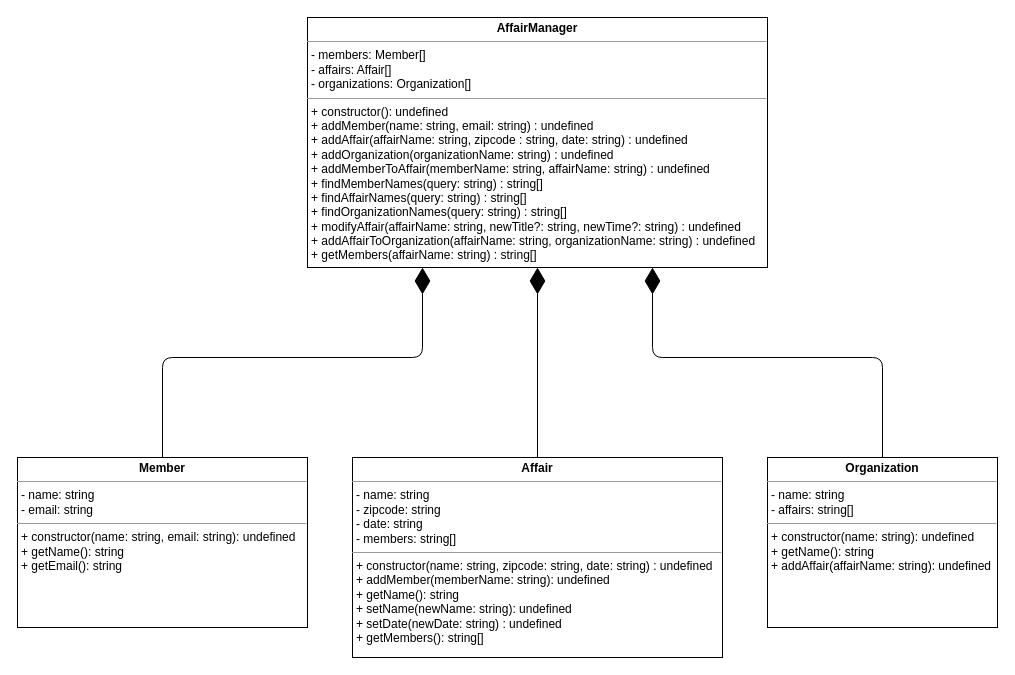
Above: uml/uml-class.drawio in apsu-software-design/the-affair-manager-brainst0rming (draw.io), before the change. Source tidied: cells renumbered, new cells numbered last; positions are measured from the earlier drawing's top-left corner, leaving out a move shared by most shapes. Both pictures are drawn from the tidied source at 100%, with x=0, y=0 at pixel (17, 17).
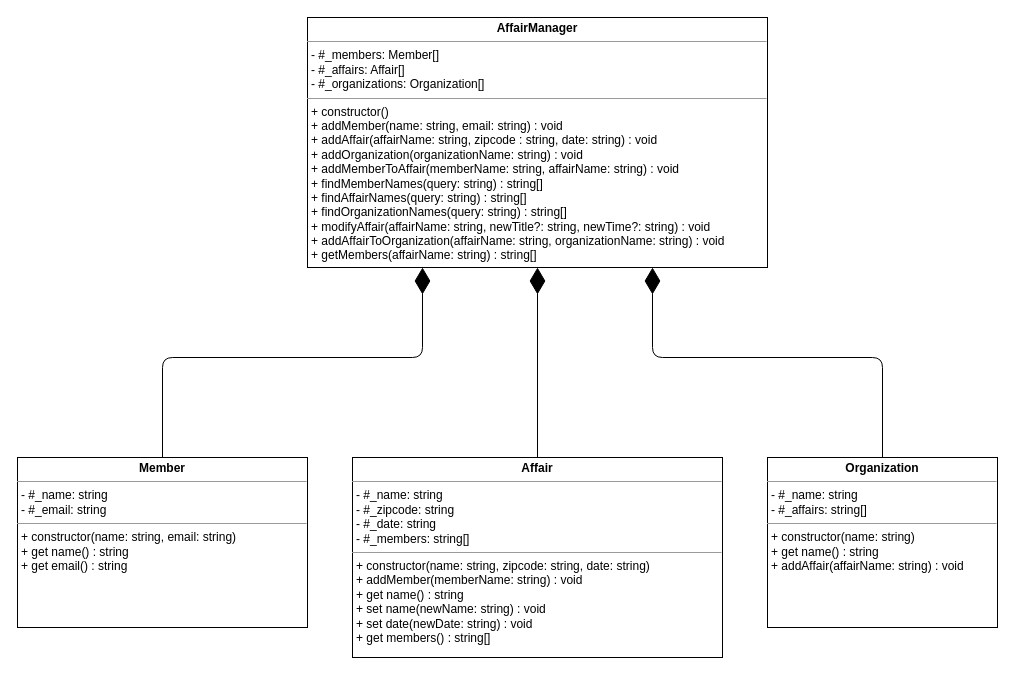
The same page after the edit.

Commit message (it also covers changes not shown here):
Final UML Class diagrams

What changed in the source:
```diff
@@
 <mxGraphModel>
   <root>
     <mxCell id="0" />
     <mxCell id="1" parent="0" />
-    <mxCell id="2" value="&lt;p style=&quot;margin: 0px ; margin-top: 4px ; text-align: center&quot;&gt;&lt;b&gt;AffairManager&lt;/b&gt;&lt;/p&gt;&lt;hr size=&quot;1&quot;&gt;&lt;p style=&quot;margin: 0px ; margin-left: 4px&quot;&gt;- members: Member[]&lt;/p&gt;&lt;p style=&quot;margin: 0px ; margin-left: 4px&quot;&gt;- affairs: Affair[]&lt;/p&gt;&lt;p style=&quot;margin: 0px ; margin-left: 4px&quot;&gt;- organizations: Organization[]&lt;/p&gt;&lt;hr size=&quot;1&quot;&gt;&lt;p style=&quot;margin: 0px ; margin-left: 4px&quot;&gt;+ constructor(): undefined&lt;/p&gt;&lt;p style=&quot;margin: 0px ; margin-left: 4px&quot;&gt;+ addMember(name: string, email: string) : undefined&lt;/p&gt;&lt;p style=&quot;margin: 0px ; margin-left: 4px&quot;&gt;+ addAffair(affairName: string, zipcode : string, date: string) : undefined&lt;/p&gt;&lt;p style=&quot;margin: 0px ; margin-left: 4px&quot;&gt;+ addOrganization(organizationName: string) : undefined&lt;/p&gt;&lt;p style=&quot;margin: 0px ; margin-left: 4px&quot;&gt;+ addMemberToAffair(memberName: string, affairName: string) : undefined&lt;/p&gt;&lt;p style=&quot;margin: 0px ; margin-left: 4px&quot;&gt;+ findMemberNames(query: string) : string[]&lt;/p&gt;&lt;p style=&quot;margin: 0px ; margin-left: 4px&quot;&gt;+ findAffairNames(query: string) : string[]&lt;/p&gt;&lt;p style=&quot;margin: 0px ; margin-left: 4px&quot;&gt;+ findOrganizationNames(query: string) : string[]&lt;/p&gt;&lt;p style=&quot;margin: 0px ; margin-left: 4px&quot;&gt;+ modifyAffair(affairName: string, newTitle?: string, newTime?: string) : undefined&lt;/p&gt;&lt;p style=&quot;margin: 0px ; margin-left: 4px&quot;&gt;+ addAffairToOrganization(affairName: string, organizationName: string) : undefined&lt;/p&gt;&lt;p style=&quot;margin: 0px ; margin-left: 4px&quot;&gt;+ getMembers(affairName: string) : string[]&lt;/p&gt;" style="verticalAlign=top;align=left;overflow=fill;fontSize=12;fontFamily=Helvetica;html=1;" parent="1" vertex="1">
+    <mxCell id="2" value="&lt;p style=&quot;margin: 0px ; margin-top: 4px ; text-align: center&quot;&gt;&lt;b&gt;AffairManager&lt;/b&gt;&lt;/p&gt;&lt;hr size=&quot;1&quot;&gt;&lt;p style=&quot;margin: 0px ; margin-left: 4px&quot;&gt;- #_members: Member[]&lt;/p&gt;&lt;p style=&quot;margin: 0px ; margin-left: 4px&quot;&gt;- #_affairs: Affair[]&lt;/p&gt;&lt;p style=&quot;margin: 0px ; margin-left: 4px&quot;&gt;- #_organizations: Organization[]&lt;/p&gt;&lt;hr size=&quot;1&quot;&gt;&lt;p style=&quot;margin: 0px ; margin-left: 4px&quot;&gt;+ constructor()&lt;/p&gt;&lt;p style=&quot;margin: 0px ; margin-left: 4px&quot;&gt;+ addMember(name: string, email: string) : void&lt;/p&gt;&lt;p style=&quot;margin: 0px ; margin-left: 4px&quot;&gt;+ addAffair(affairName: string, zipcode : string, date: string) : void&lt;/p&gt;&lt;p style=&quot;margin: 0px ; margin-left: 4px&quot;&gt;+ addOrganization(organizationName: string) : void&lt;/p&gt;&lt;p style=&quot;margin: 0px ; margin-left: 4px&quot;&gt;+ addMemberToAffair(memberName: string, affairName: string) : void&lt;/p&gt;&lt;p style=&quot;margin: 0px ; margin-left: 4px&quot;&gt;+ findMemberNames(query: string) : string[]&lt;/p&gt;&lt;p style=&quot;margin: 0px ; margin-left: 4px&quot;&gt;+ findAffairNames(query: string) : string[]&lt;/p&gt;&lt;p style=&quot;margin: 0px ; margin-left: 4px&quot;&gt;+ findOrganizationNames(query: string) : string[]&lt;/p&gt;&lt;p style=&quot;margin: 0px ; margin-left: 4px&quot;&gt;+ modifyAffair(affairName: string, newTitle?: string, newTime?: string) : void&lt;/p&gt;&lt;p style=&quot;margin: 0px ; margin-left: 4px&quot;&gt;+ addAffairToOrganization(affairName: string, organizationName: string) : void&lt;/p&gt;&lt;p style=&quot;margin: 0px ; margin-left: 4px&quot;&gt;+ getMembers(affairName: string) : string[]&lt;/p&gt;" style="verticalAlign=top;align=left;overflow=fill;fontSize=12;fontFamily=Helvetica;html=1;" parent="1" vertex="1">
       <mxGeometry x="290" width="460" height="250" as="geometry" />
     </mxCell>
-    <mxCell id="3" value="&lt;p style=&quot;margin: 0px ; margin-top: 4px ; text-align: center&quot;&gt;&lt;b&gt;Member&lt;/b&gt;&lt;/p&gt;&lt;hr size=&quot;1&quot;&gt;&lt;p style=&quot;margin: 0px ; margin-left: 4px&quot;&gt;- name: string&lt;/p&gt;&lt;p style=&quot;margin: 0px ; margin-left: 4px&quot;&gt;- email: string&lt;/p&gt;&lt;hr size=&quot;1&quot;&gt;&lt;p style=&quot;margin: 0px ; margin-left: 4px&quot;&gt;+ constructor(name: string, email: string): undefined&lt;/p&gt;&lt;p style=&quot;margin: 0px ; margin-left: 4px&quot;&gt;+ getName(): string&lt;/p&gt;&lt;p style=&quot;margin: 0px ; margin-left: 4px&quot;&gt;+ getEmail(): string&lt;/p&gt;" style="verticalAlign=top;align=left;overflow=fill;fontSize=12;fontFamily=Helvetica;html=1;" parent="1" vertex="1">
+    <mxCell id="3" value="&lt;p style=&quot;margin: 0px ; margin-top: 4px ; text-align: center&quot;&gt;&lt;b&gt;Member&lt;/b&gt;&lt;/p&gt;&lt;hr size=&quot;1&quot;&gt;&lt;p style=&quot;margin: 0px ; margin-left: 4px&quot;&gt;- #_name: string&lt;/p&gt;&lt;p style=&quot;margin: 0px ; margin-left: 4px&quot;&gt;- #_email: string&lt;/p&gt;&lt;hr size=&quot;1&quot;&gt;&lt;p style=&quot;margin: 0px ; margin-left: 4px&quot;&gt;+ constructor(name: string, email: string)&lt;/p&gt;&lt;p style=&quot;margin: 0px ; margin-left: 4px&quot;&gt;+ get name() : string&lt;/p&gt;&lt;p style=&quot;margin: 0px ; margin-left: 4px&quot;&gt;+ get email() : string&lt;/p&gt;" style="verticalAlign=top;align=left;overflow=fill;fontSize=12;fontFamily=Helvetica;html=1;" parent="1" vertex="1">
       <mxGeometry y="440" width="290" height="170" as="geometry" />
     </mxCell>
-    <mxCell id="4" value="&lt;p style=&quot;margin: 0px ; margin-top: 4px ; text-align: center&quot;&gt;&lt;b&gt;Affair&lt;/b&gt;&lt;/p&gt;&lt;hr size=&quot;1&quot;&gt;&lt;p style=&quot;margin: 0px ; margin-left: 4px&quot;&gt;- name: string&lt;/p&gt;&lt;p style=&quot;margin: 0px ; margin-left: 4px&quot;&gt;- zipcode: string&lt;/p&gt;&lt;p style=&quot;margin: 0px ; margin-left: 4px&quot;&gt;- date: string&lt;/p&gt;&lt;p style=&quot;margin: 0px ; margin-left: 4px&quot;&gt;- members: string[]&lt;/p&gt;&lt;hr size=&quot;1&quot;&gt;&lt;p style=&quot;margin: 0px ; margin-left: 4px&quot;&gt;+ constructor(name: string, zipcode: string, date: string) : undefined&lt;/p&gt;&lt;p style=&quot;margin: 0px ; margin-left: 4px&quot;&gt;+ addMember(memberName: string): undefined&lt;/p&gt;&lt;p style=&quot;margin: 0px ; margin-left: 4px&quot;&gt;+ getName(): string&lt;/p&gt;&lt;p style=&quot;margin: 0px ; margin-left: 4px&quot;&gt;+ setName(newName: string): undefined&lt;/p&gt;&lt;p style=&quot;margin: 0px ; margin-left: 4px&quot;&gt;+ setDate(newDate: string) : undefined&lt;/p&gt;&lt;p style=&quot;margin: 0px ; margin-left: 4px&quot;&gt;+ getMembers(): string[]&lt;/p&gt;" style="verticalAlign=top;align=left;overflow=fill;fontSize=12;fontFamily=Helvetica;html=1;" parent="1" vertex="1">
+    <mxCell id="4" value="&lt;p style=&quot;margin: 0px ; margin-top: 4px ; text-align: center&quot;&gt;&lt;b&gt;Affair&lt;/b&gt;&lt;/p&gt;&lt;hr size=&quot;1&quot;&gt;&lt;p style=&quot;margin: 0px ; margin-left: 4px&quot;&gt;- #_name: string&lt;/p&gt;&lt;p style=&quot;margin: 0px ; margin-left: 4px&quot;&gt;- #_zipcode: string&lt;/p&gt;&lt;p style=&quot;margin: 0px ; margin-left: 4px&quot;&gt;- #_date: string&lt;/p&gt;&lt;p style=&quot;margin: 0px ; margin-left: 4px&quot;&gt;- #_members: string[]&lt;/p&gt;&lt;hr size=&quot;1&quot;&gt;&lt;p style=&quot;margin: 0px ; margin-left: 4px&quot;&gt;+ constructor(name: string, zipcode: string, date: string)&lt;/p&gt;&lt;p style=&quot;margin: 0px ; margin-left: 4px&quot;&gt;+ addMember(memberName: string) : void&lt;/p&gt;&lt;p style=&quot;margin: 0px ; margin-left: 4px&quot;&gt;+ get name() : string&lt;/p&gt;&lt;p style=&quot;margin: 0px ; margin-left: 4px&quot;&gt;+ set name(newName: string) : void&lt;/p&gt;&lt;p style=&quot;margin: 0px ; margin-left: 4px&quot;&gt;+ set date(newDate: string) : void&lt;/p&gt;&lt;p style=&quot;margin: 0px ; margin-left: 4px&quot;&gt;+ get members() : string[]&lt;/p&gt;" style="verticalAlign=top;align=left;overflow=fill;fontSize=12;fontFamily=Helvetica;html=1;" parent="1" vertex="1">
       <mxGeometry x="335" y="440" width="370" height="200" as="geometry" />
     </mxCell>
-    <mxCell id="5" value="&lt;p style=&quot;margin: 0px ; margin-top: 4px ; text-align: center&quot;&gt;&lt;b&gt;Organization&lt;/b&gt;&lt;/p&gt;&lt;hr size=&quot;1&quot;&gt;&lt;p style=&quot;margin: 0px ; margin-left: 4px&quot;&gt;- name: string&lt;/p&gt;&lt;p style=&quot;margin: 0px ; margin-left: 4px&quot;&gt;- affairs: string[]&lt;/p&gt;&lt;hr size=&quot;1&quot;&gt;&lt;p style=&quot;margin: 0px ; margin-left: 4px&quot;&gt;+ constructor(name: string): undefined&lt;/p&gt;&lt;p style=&quot;margin: 0px ; margin-left: 4px&quot;&gt;+ getName(): string&lt;/p&gt;&lt;p style=&quot;margin: 0px ; margin-left: 4px&quot;&gt;+ addAffair(affairName: string): undefined&lt;/p&gt;" style="verticalAlign=top;align=left;overflow=fill;fontSize=12;fontFamily=Helvetica;html=1;" parent="1" vertex="1">
+    <mxCell id="5" value="&lt;p style=&quot;margin: 0px ; margin-top: 4px ; text-align: center&quot;&gt;&lt;b&gt;Organization&lt;/b&gt;&lt;/p&gt;&lt;hr size=&quot;1&quot;&gt;&lt;p style=&quot;margin: 0px ; margin-left: 4px&quot;&gt;- #_name: string&lt;/p&gt;&lt;p style=&quot;margin: 0px ; margin-left: 4px&quot;&gt;- #_affairs: string[]&lt;/p&gt;&lt;hr size=&quot;1&quot;&gt;&lt;p style=&quot;margin: 0px ; margin-left: 4px&quot;&gt;+ constructor(name: string)&lt;/p&gt;&lt;p style=&quot;margin: 0px ; margin-left: 4px&quot;&gt;+ get name() : string&lt;/p&gt;&lt;p style=&quot;margin: 0px ; margin-left: 4px&quot;&gt;+ addAffair(affairName: string) : void&lt;/p&gt;" style="verticalAlign=top;align=left;overflow=fill;fontSize=12;fontFamily=Helvetica;html=1;" parent="1" vertex="1">
       <mxGeometry x="750" y="440" width="230" height="170" as="geometry" />
     </mxCell>
     <mxCell id="6" style="endArrow=diamondThin;endFill=1;endSize=24;html=1;exitX=0.5;exitY=0;exitDx=0;exitDy=0;entryX=0.25;entryY=1;entryDx=0;entryDy=0;" parent="1" edge="1" source="3" target="2">
       <mxGeometry relative="1" as="geometry">
         <Array as="points">
           <mxPoint x="145" y="340" />
           <mxPoint x="405" y="340" />
         </Array>
       </mxGeometry>
     </mxCell>
     <mxCell id="7" style="endArrow=diamondThin;endFill=1;endSize=24;html=1;exitX=0.5;exitY=0;exitDx=0;exitDy=0;entryX=0.5;entryY=1;entryDx=0;entryDy=0;" parent="1" edge="1" source="4" target="2">
       <mxGeometry relative="1" as="geometry" />
     </mxCell>
     <mxCell id="8" style="endArrow=diamondThin;endFill=1;endSize=24;html=1;exitX=0.5;exitY=0;exitDx=0;exitDy=0;entryX=0.75;entryY=1;entryDx=0;entryDy=0;" parent="1" edge="1" source="5" target="2">
       <mxGeometry relative="1" as="geometry">
         <Array as="points">
           <mxPoint x="865" y="340" />
           <mxPoint x="635" y="340" />
         </Array>
       </mxGeometry>
     </mxCell>
   </root>
 </mxGraphModel>
```
